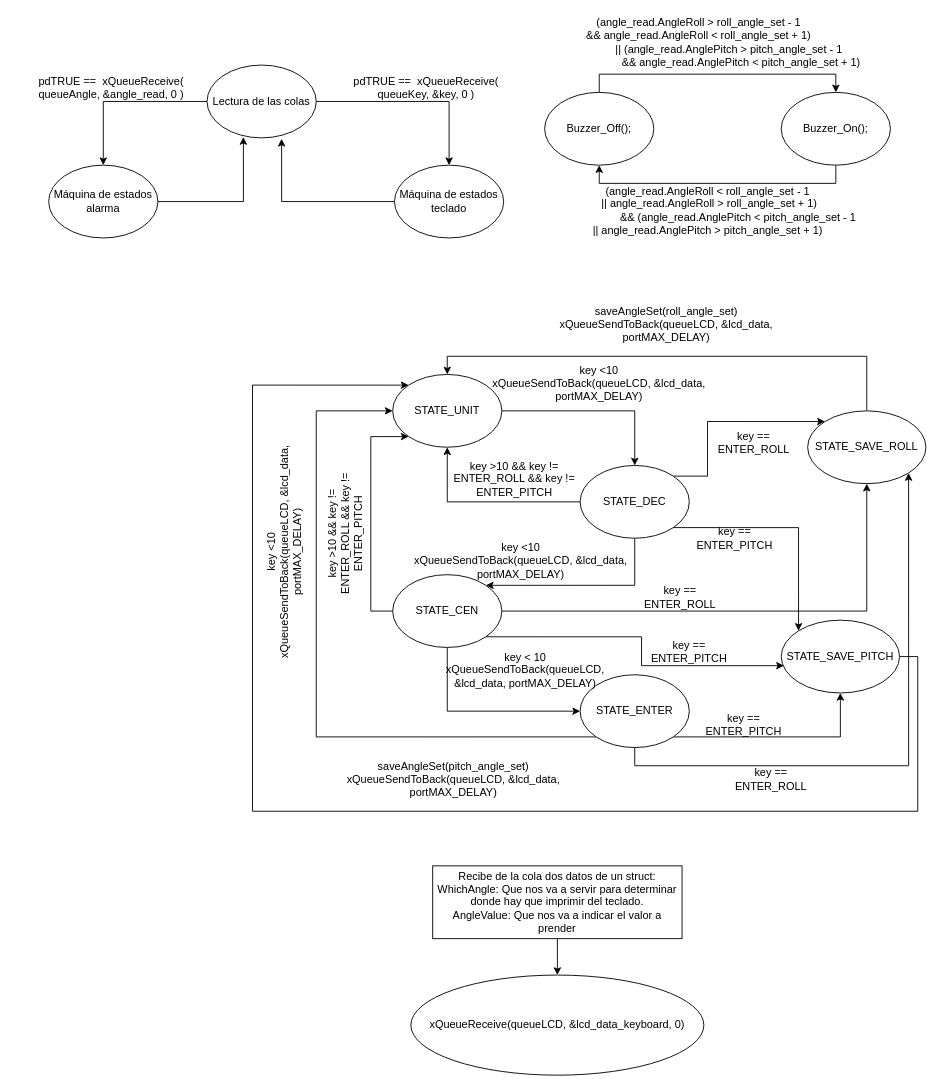
Earlier version of the draw.io diagram SunFounder_Task.drawio (hernanrodrguez/SunFounder). Source tidied: cells renumbered, new cells numbered last; positions are measured from the earlier drawing's top-left corner, leaving out a move shared by most shapes. Both pictures are drawn from the tidied source at 91%, with x=0, y=0 at pixel (15, 28).
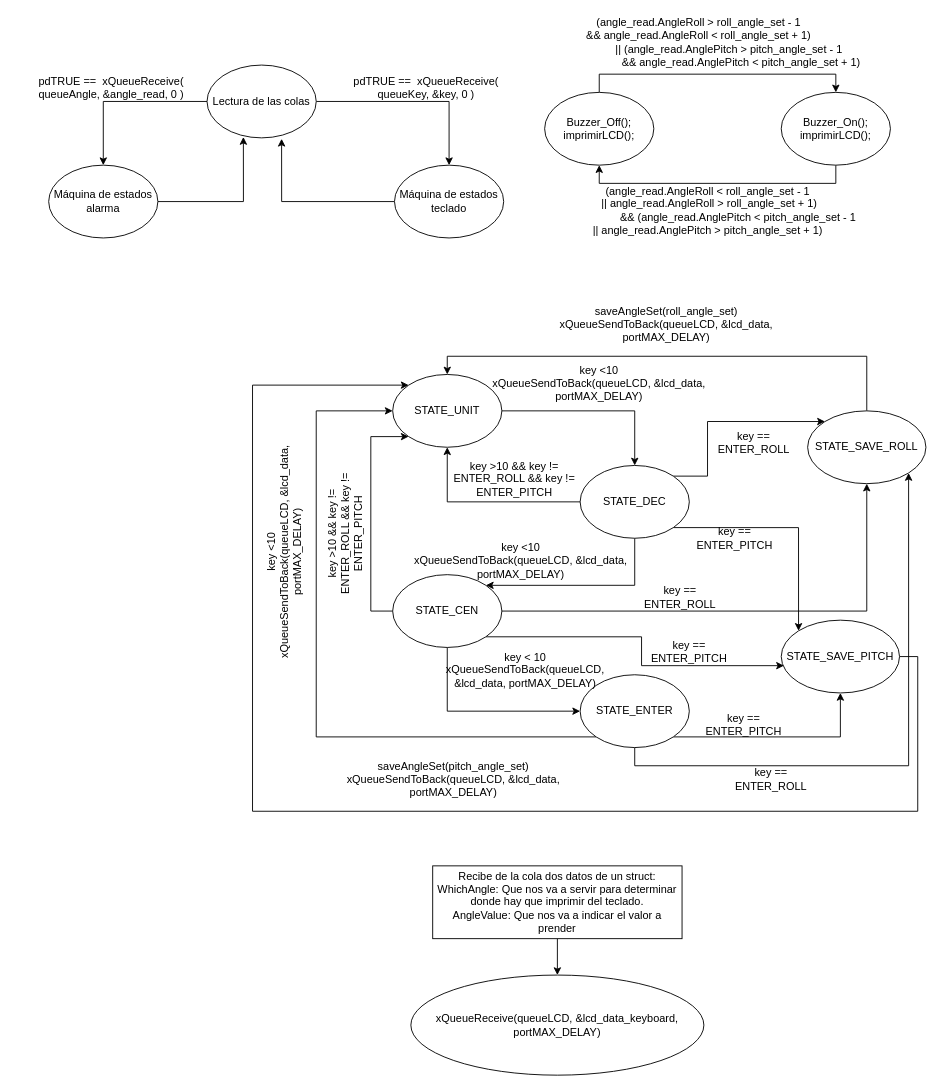
Above is the later version.

Diff of the diagram source:
```diff
@@
-    <mxCell id="12" value="Buzzer_On();" style="ellipse;whiteSpace=wrap;html=1;" parent="1" vertex="1">
+    <mxCell id="12" value="Buzzer_On();&lt;br&gt;imprimirLCD();" style="ellipse;whiteSpace=wrap;html=1;" parent="1" vertex="1">
       <mxGeometry x="841" y="70" width="120" height="80" as="geometry" />
     </mxCell>
@@
-    <mxCell id="14" value="Buzzer_Off();" style="ellipse;whiteSpace=wrap;html=1;" parent="1" vertex="1">
+    <mxCell id="14" value="Buzzer_Off();&lt;br&gt;imprimirLCD();" style="ellipse;whiteSpace=wrap;html=1;" parent="1" vertex="1">
       <mxGeometry x="581" y="70" width="120" height="80" as="geometry" />
     </mxCell>
@@
-    <mxCell id="51" value="xQueueReceive(queueLCD, &amp;amp;lcd_data_keyboard, 0)" style="ellipse;whiteSpace=wrap;html=1;" parent="1" vertex="1">
+    <mxCell id="51" value="xQueueReceive(queueLCD, &amp;amp;lcd_data_keyboard, portMAX_DELAY)" style="ellipse;whiteSpace=wrap;html=1;" parent="1" vertex="1">
       <mxGeometry x="434" y="1040" width="322" height="110" as="geometry" />
     </mxCell>
```
